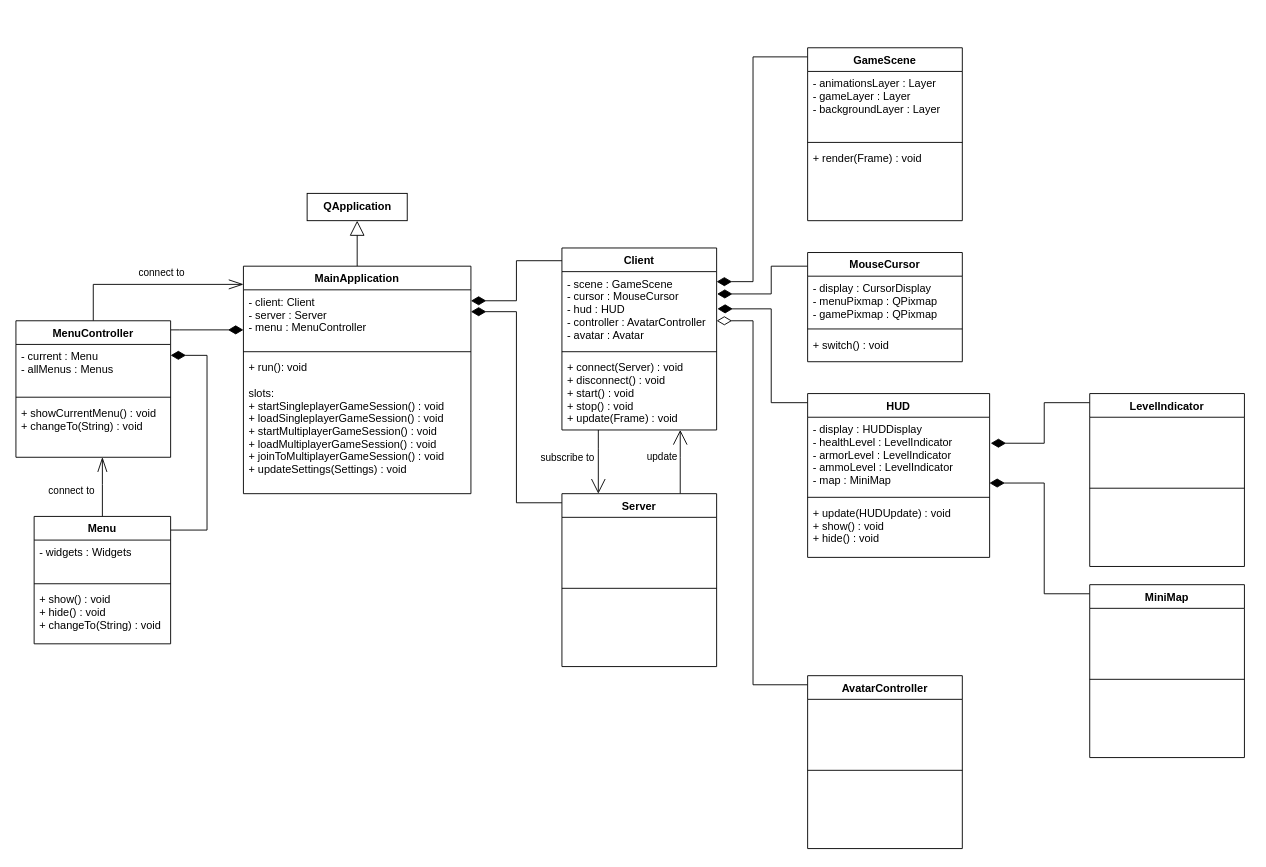
This is doc/class_diagram.drawio from TadekBiela/heisttown, a draw.io file, before an edit. Source tidied: cells renumbered, new cells numbered last; positions are measured from the earlier drawing's top-left corner, leaving out a move shared by most shapes. Both pictures are drawn from the tidied source at 91%, with x=0, y=0 at pixel (15, 47).
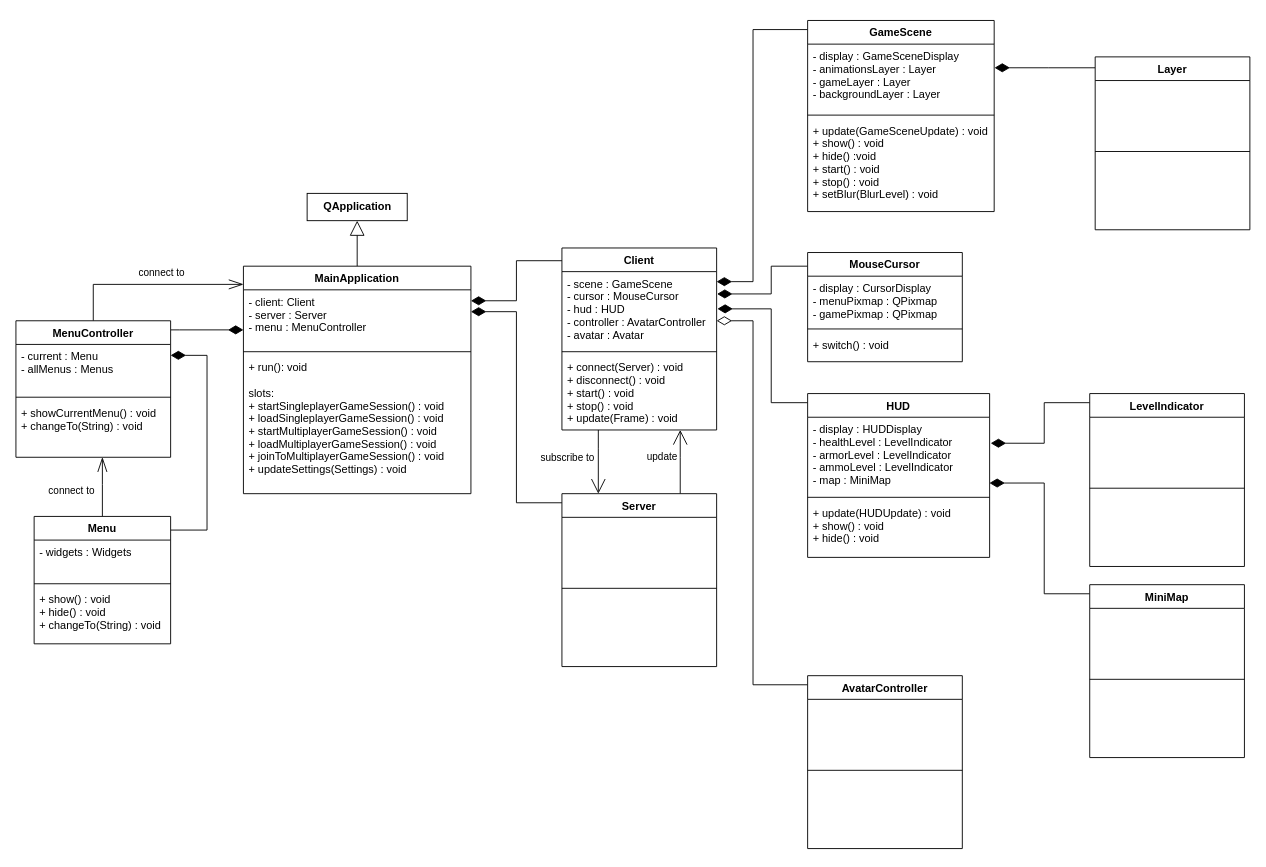
The same page after the edit.

Commit message:
Update GameScene on class diagram

Unchanged cells that the change refers to:
```xml
<mxCell id="10" value="- scene : GameScene&#10;- cursor : MouseCursor&#10;- hud : HUD&#10;- controller : AvatarController&#10;- avatar : Avatar" style="text;strokeColor=none;fillColor=none;align=left;verticalAlign=top;spacingLeft=4;spacingRight=4;overflow=hidden;points=[[0,0.5],[1,0.5]];portConstraint=eastwest;" parent="9" vertex="1">
  <mxGeometry y="26" width="170" height="84" as="geometry" />
</mxCell>
```

Change to the diagram source:
```diff
@@
     <mxCell id="34" style="edgeStyle=orthogonalEdgeStyle;rounded=0;jettySize=auto;html=1;endArrow=diamondThin;endFill=1;endSize=14;" parent="1" edge="1" source="35" target="10">
       <mxGeometry relative="1" as="geometry">
         <Array as="points">
-          <mxPoint x="810" y="10" />
+          <mxPoint x="810" y="-20" />
           <mxPoint x="810" y="257" />
         </Array>
       </mxGeometry>
     </mxCell>
     <mxCell id="35" value="GameScene" style="swimlane;fontStyle=1;align=center;verticalAlign=top;horizontal=1;startSize=26;" parent="1" vertex="1">
-      <mxGeometry x="870" width="170" height="190" as="geometry" />
+      <mxGeometry x="870" y="-30" width="205" height="210" as="geometry" />
     </mxCell>
-    <mxCell id="36" value="- animationsLayer : Layer&#10;- gameLayer : Layer&#10;- backgroundLayer : Layer&#10;" style="text;strokeColor=none;fillColor=none;align=left;verticalAlign=top;spacingLeft=4;spacingRight=4;overflow=hidden;points=[[0,0.5],[1,0.5]];portConstraint=eastwest;" parent="35" vertex="1">
-      <mxGeometry y="26" width="170" height="74" as="geometry" />
+    <mxCell id="36" value="- display : GameSceneDisplay&#10;- animationsLayer : Layer&#10;- gameLayer : Layer&#10;- backgroundLayer : Layer&#10;" style="text;strokeColor=none;fillColor=none;align=left;verticalAlign=top;spacingLeft=4;spacingRight=4;overflow=hidden;points=[[0,0.5],[1,0.5]];portConstraint=eastwest;" parent="35" vertex="1">
+      <mxGeometry y="26" width="205" height="74" as="geometry" />
     </mxCell>
     <mxCell id="37" style="line;strokeWidth=1;fillColor=none;align=left;verticalAlign=middle;spacingTop=-1;spacingLeft=3;spacingRight=3;labelPosition=right;" parent="35" vertex="1">
-      <mxGeometry y="100" width="170" height="8" as="geometry" />
+      <mxGeometry y="100" width="205" height="8" as="geometry" />
     </mxCell>
-    <mxCell id="38" value="+ render(Frame) : void" style="text;strokeColor=none;fillColor=none;align=left;verticalAlign=top;spacingLeft=4;spacingRight=4;overflow=hidden;" parent="35" vertex="1">
-      <mxGeometry y="108" width="170" height="82" as="geometry" />
+    <mxCell id="38" value="+ update(GameSceneUpdate) : void&#10;+ show() : void&#10;+ hide() :void&#10;+ start() : void&#10;+ stop() : void&#10;+ setBlur(BlurLevel) : void&#10;&#10;" style="text;strokeColor=none;fillColor=none;align=left;verticalAlign=top;spacingLeft=4;spacingRight=4;overflow=hidden;" parent="35" vertex="1">
+      <mxGeometry y="108" width="205" height="102" as="geometry" />
     </mxCell>
@@
+    <mxCell id="65" style="edgeStyle=orthogonalEdgeStyle;rounded=0;jettySize=auto;html=1;entryX=1.002;entryY=0.351;entryDx=0;entryDy=0;entryPerimeter=0;endArrow=diamondThin;endFill=1;endSize=14;" parent="1" edge="1" source="66" target="36">
+      <mxGeometry relative="1" as="geometry">
+        <Array as="points">
+          <mxPoint x="1135" y="22" />
+          <mxPoint x="1135" y="22" />
+        </Array>
+      </mxGeometry>
+    </mxCell>
+    <mxCell id="66" value="Layer" style="swimlane;fontStyle=1;align=center;verticalAlign=top;horizontal=1;startSize=26;" parent="1" vertex="1">
+      <mxGeometry x="1186" y="10" width="170" height="190" as="geometry" />
+    </mxCell>
+    <mxCell id="67" value="&#10;&#10;&#10;&#10;" style="text;strokeColor=none;fillColor=none;align=left;verticalAlign=top;spacingLeft=4;spacingRight=4;overflow=hidden;" parent="66" vertex="1">
+      <mxGeometry y="26" width="170" height="74" as="geometry" />
+    </mxCell>
+    <mxCell id="68" style="line;strokeWidth=1;fillColor=none;align=left;verticalAlign=middle;spacingTop=-1;spacingLeft=3;spacingRight=3;labelPosition=right;" parent="66" vertex="1">
+      <mxGeometry y="100" width="170" height="8" as="geometry" />
+    </mxCell>
+    <mxCell id="69" value="&#10;&#10;&#10;" style="text;strokeColor=none;fillColor=none;align=left;verticalAlign=top;spacingLeft=4;spacingRight=4;overflow=hidden;" parent="66" vertex="1">
+      <mxGeometry y="108" width="170" height="82" as="geometry" />
+    </mxCell>
```
